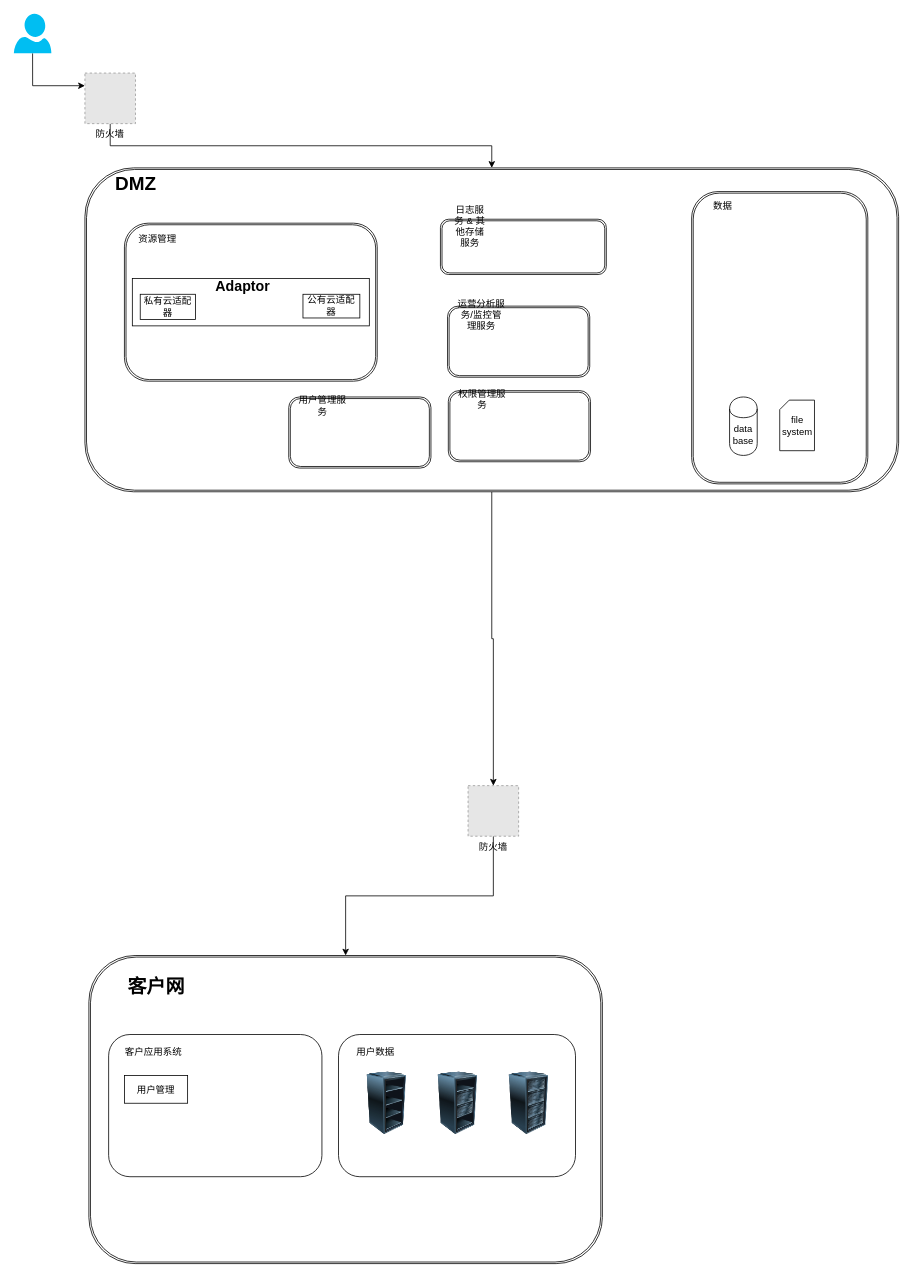
cpu6660/LeetCode keeps this draw.io diagram as Untitled Diagram.drawio. Above is the earlier version. Source tidied: cells renumbered, new cells numbered last; positions are measured from the earlier drawing's top-left corner, leaving out a move shared by most shapes. Both pictures are drawn from the tidied source at 79%, with x=0, y=0 at pixel (13, 13). Pictures stored in the file or linked from it are replaced by grey dashed boxes.
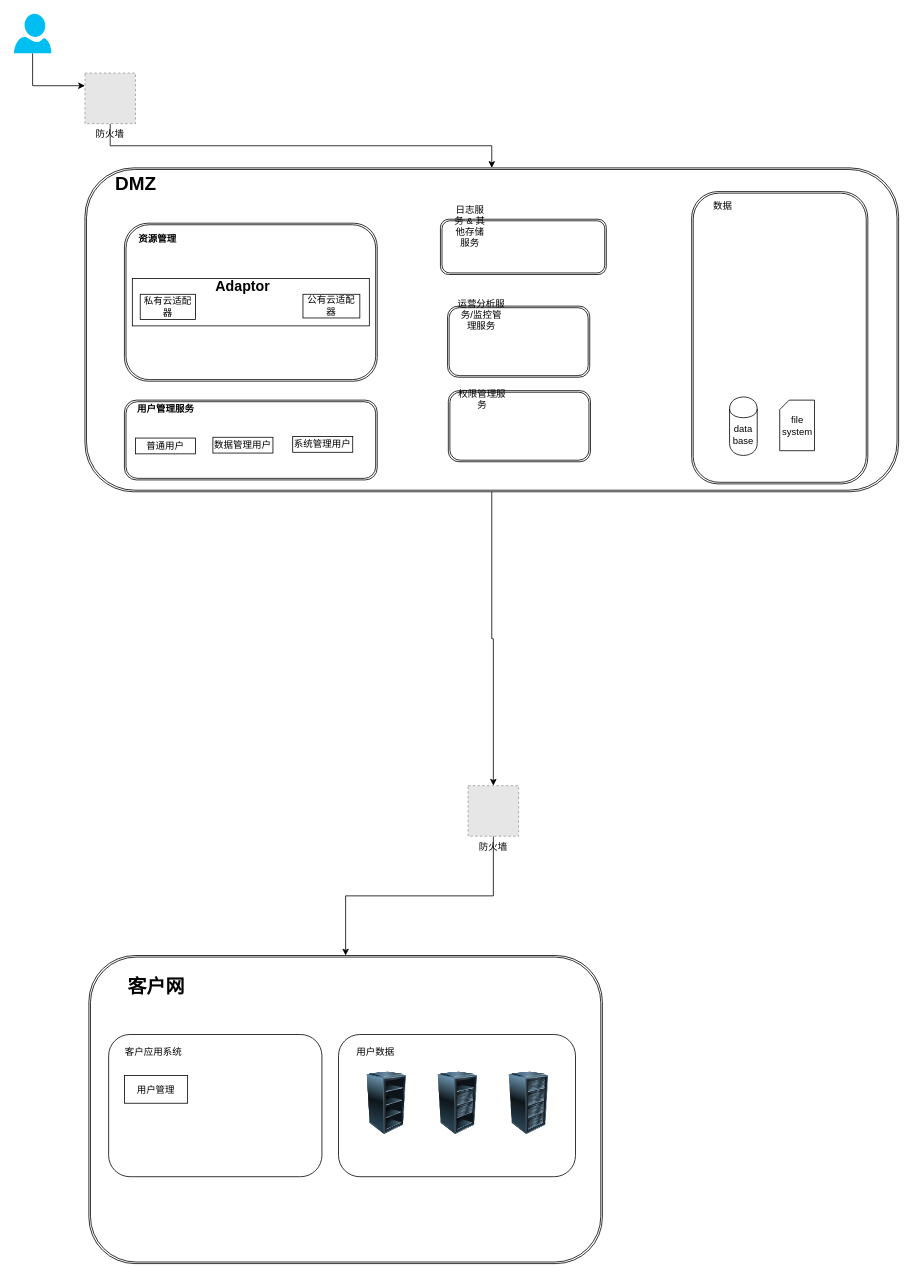
Above is the later version.

Change to the diagram source:
```diff
@@
-    <mxCell id="12" value="资源管理" style="text;html=1;strokeColor=none;fillColor=none;align=center;verticalAlign=middle;whiteSpace=wrap;rounded=0;" parent="1" vertex="1">
+    <mxCell id="12" value="&lt;b&gt;资源管理&lt;/b&gt;" style="text;html=1;strokeColor=none;fillColor=none;align=center;verticalAlign=middle;whiteSpace=wrap;rounded=0;" parent="1" vertex="1">
       <mxGeometry x="154" y="275" width="56" height="20" as="geometry" />
     </mxCell>
@@
     <mxCell id="43" style="group;" parent="1" vertex="1">
-      <mxGeometry x="348" y="485" width="180" height="90" as="geometry" />
+      <mxGeometry x="140" y="489" width="320" height="101" as="geometry" />
     </mxCell>
     <mxCell id="44" style="shape=ext;double=1;rounded=1;whiteSpace=wrap;html=1;" parent="43" vertex="1">
-      <mxGeometry width="180" height="90" as="geometry" />
+      <mxGeometry width="320" height="101" as="geometry" />
     </mxCell>
-    <mxCell id="45" value="用户管理服务" style="text;html=1;strokeColor=none;fillColor=none;align=center;verticalAlign=middle;whiteSpace=wrap;rounded=0;" parent="43" vertex="1">
-      <mxGeometry x="12.1" y="5.6" width="61.8" height="11.2" as="geometry" />
+    <mxCell id="45" value="&lt;b&gt;用户管理服务&lt;/b&gt;" style="text;html=1;strokeColor=none;fillColor=none;align=center;verticalAlign=middle;whiteSpace=wrap;rounded=0;" parent="43" vertex="1">
+      <mxGeometry x="8.5" y="5" width="87" height="13" as="geometry" />
     </mxCell>
+    <mxCell id="46" value="普通用户" style="rounded=0;whiteSpace=wrap;html=1;" parent="43" vertex="1">
+      <mxGeometry x="14" y="48" width="76" height="20" as="geometry" />
+    </mxCell>
+    <mxCell id="47" value="数据管理用户" style="rounded=0;whiteSpace=wrap;html=1;" parent="43" vertex="1">
+      <mxGeometry x="112" y="47" width="76" height="20" as="geometry" />
+    </mxCell>
+    <mxCell id="48" value="系统管理用户" style="rounded=0;whiteSpace=wrap;html=1;" parent="43" vertex="1">
+      <mxGeometry x="213" y="46" width="76" height="20" as="geometry" />
+    </mxCell>
```
